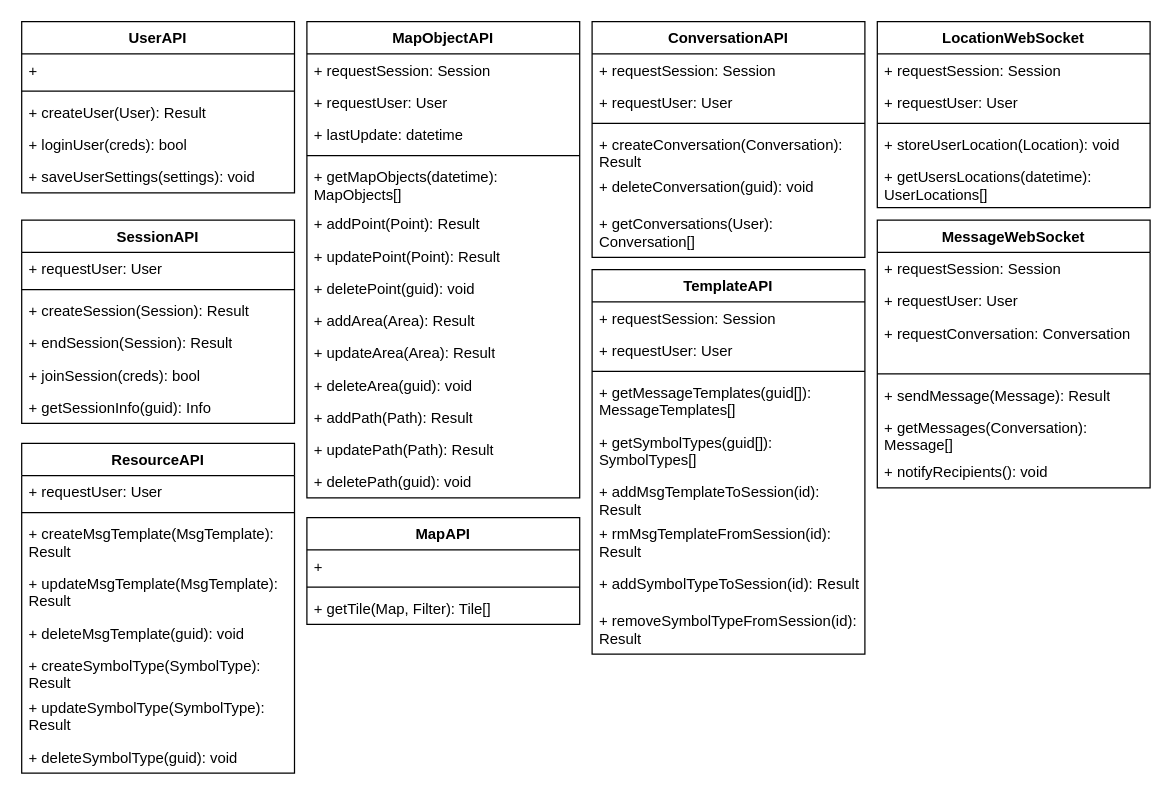
Earlier version of the draw.io diagram doc/design/server_api.drawio (Revarin/dp24-milapp-perina). Source tidied: cells renumbered, new cells numbered last; positions are measured from the earlier drawing's top-left corner, leaving out a move shared by most shapes. Both pictures are drawn from the tidied source at 124%, with x=0, y=0 at pixel (21, 21).
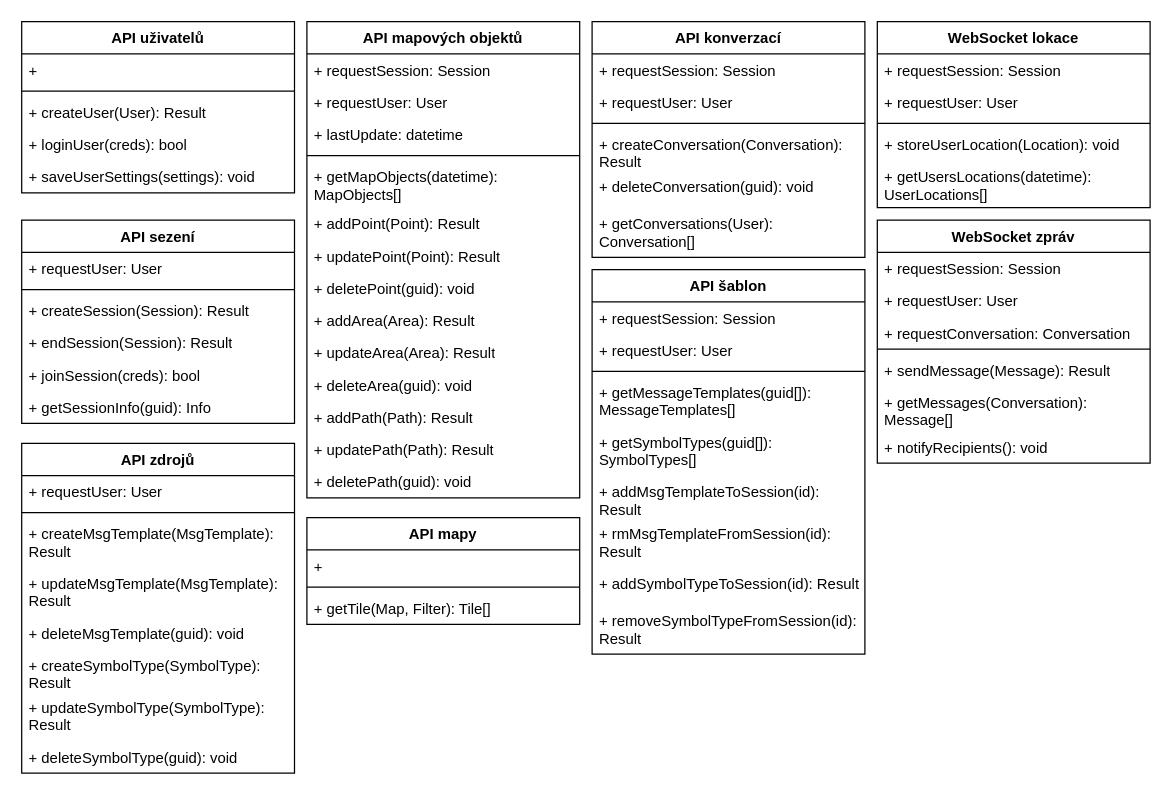
After the change.

The edit, as a diff of the source:
```diff
@@
-    <mxCell id="2" value="SessionAPI" style="swimlane;fontStyle=1;align=center;verticalAlign=top;horizontal=1;startSize=26;whiteSpace=wrap;html=1;" parent="1" vertex="1">
+    <mxCell id="2" value="API sezení" style="swimlane;fontStyle=1;align=center;verticalAlign=top;horizontal=1;startSize=26;whiteSpace=wrap;html=1;" parent="1" vertex="1">
       <mxGeometry y="160" width="220" height="164" as="geometry" />
     </mxCell>
@@
-    <mxCell id="9" value="UserAPI" style="swimlane;fontStyle=1;align=center;verticalAlign=top;horizontal=1;startSize=26;whiteSpace=wrap;html=1;" parent="1" vertex="1">
+    <mxCell id="9" value="API uživatelů" style="swimlane;fontStyle=1;align=center;verticalAlign=top;horizontal=1;startSize=26;whiteSpace=wrap;html=1;" parent="1" vertex="1">
       <mxGeometry width="220" height="138" as="geometry" />
     </mxCell>
@@
-    <mxCell id="15" value="LocationWebSocket" style="swimlane;fontStyle=1;align=center;verticalAlign=top;horizontal=1;startSize=26;whiteSpace=wrap;html=1;" parent="1" vertex="1">
+    <mxCell id="15" value="WebSocket lokace" style="swimlane;fontStyle=1;align=center;verticalAlign=top;horizontal=1;startSize=26;whiteSpace=wrap;html=1;" parent="1" vertex="1">
       <mxGeometry x="690" width="220" height="150" as="geometry" />
     </mxCell>
@@
-    <mxCell id="21" value="MapObjectAPI" style="swimlane;fontStyle=1;align=center;verticalAlign=top;horizontal=1;startSize=26;whiteSpace=wrap;html=1;" parent="1" vertex="1">
+    <mxCell id="21" value="API mapových objektů" style="swimlane;fontStyle=1;align=center;verticalAlign=top;horizontal=1;startSize=26;whiteSpace=wrap;html=1;" parent="1" vertex="1">
       <mxGeometry x="230" width="220" height="384" as="geometry" />
     </mxCell>
@@
-    <mxCell id="36" value="ConversationAPI" style="swimlane;fontStyle=1;align=center;verticalAlign=top;horizontal=1;startSize=26;whiteSpace=wrap;html=1;" parent="1" vertex="1">
+    <mxCell id="36" value="API konverzací" style="swimlane;fontStyle=1;align=center;verticalAlign=top;horizontal=1;startSize=26;whiteSpace=wrap;html=1;" parent="1" vertex="1">
       <mxGeometry x="460" width="220" height="190" as="geometry" />
     </mxCell>
@@
-    <mxCell id="43" value="MessageWebSocket" style="swimlane;fontStyle=1;align=center;verticalAlign=top;horizontal=1;startSize=26;whiteSpace=wrap;html=1;" parent="1" vertex="1">
-      <mxGeometry x="690" y="160" width="220" height="216" as="geometry" />
+    <mxCell id="43" value="WebSocket zpráv" style="swimlane;fontStyle=1;align=center;verticalAlign=top;horizontal=1;startSize=26;whiteSpace=wrap;html=1;" parent="1" vertex="1">
+      <mxGeometry x="690" y="160" width="220" height="196" as="geometry" />
     </mxCell>
@@
     <mxCell id="46" value="+ requestConversation: Conversation" style="text;strokeColor=none;fillColor=none;align=left;verticalAlign=top;spacingLeft=4;spacingRight=4;overflow=hidden;whiteSpace=wrap;html=1;" parent="43" vertex="1">
-      <mxGeometry y="78" width="220" height="42" as="geometry" />
+      <mxGeometry y="78" width="220" height="22" as="geometry" />
     </mxCell>
     <mxCell id="47" style="line;strokeWidth=1;fillColor=none;align=left;verticalAlign=middle;spacingTop=-1;spacingLeft=3;spacingRight=3;labelPosition=right;strokeColor=inherit;" parent="43" vertex="1">
-      <mxGeometry y="120" width="220" height="8" as="geometry" />
+      <mxGeometry y="100" width="220" height="8" as="geometry" />
     </mxCell>
     <mxCell id="48" value="+ sendMessage(Message): Result" style="text;strokeColor=none;fillColor=none;align=left;verticalAlign=top;spacingLeft=4;spacingRight=4;overflow=hidden;whiteSpace=wrap;html=1;" parent="43" vertex="1">
-      <mxGeometry y="128" width="220" height="26" as="geometry" />
+      <mxGeometry y="108" width="220" height="26" as="geometry" />
     </mxCell>
     <mxCell id="49" value="+ getMessages(Conversation): Message[]" style="text;strokeColor=none;fillColor=none;align=left;verticalAlign=top;spacingLeft=4;spacingRight=4;overflow=hidden;whiteSpace=wrap;html=1;" parent="43" vertex="1">
-      <mxGeometry y="154" width="220" height="36" as="geometry" />
+      <mxGeometry y="134" width="220" height="36" as="geometry" />
     </mxCell>
     <mxCell id="50" value="+ notifyRecipients(): void" style="text;strokeColor=none;fillColor=none;align=left;verticalAlign=top;spacingLeft=4;spacingRight=4;overflow=hidden;whiteSpace=wrap;html=1;" parent="43" vertex="1">
-      <mxGeometry y="190" width="220" height="26" as="geometry" />
+      <mxGeometry y="170" width="220" height="26" as="geometry" />
     </mxCell>
-    <mxCell id="51" value="MapAPI" style="swimlane;fontStyle=1;align=center;verticalAlign=top;horizontal=1;startSize=26;whiteSpace=wrap;html=1;" parent="1" vertex="1">
+    <mxCell id="51" value="API mapy" style="swimlane;fontStyle=1;align=center;verticalAlign=top;horizontal=1;startSize=26;whiteSpace=wrap;html=1;" parent="1" vertex="1">
       <mxGeometry x="230" y="400" width="220" height="86" as="geometry" />
     </mxCell>
@@
-    <mxCell id="55" value="TemplateAPI" style="swimlane;fontStyle=1;align=center;verticalAlign=top;horizontal=1;startSize=26;whiteSpace=wrap;html=1;" parent="1" vertex="1">
+    <mxCell id="55" value="API šablon" style="swimlane;fontStyle=1;align=center;verticalAlign=top;horizontal=1;startSize=26;whiteSpace=wrap;html=1;" parent="1" vertex="1">
       <mxGeometry x="460" y="200" width="220" height="310" as="geometry" />
     </mxCell>
@@
-    <mxCell id="65" value="ResourceAPI" style="swimlane;fontStyle=1;align=center;verticalAlign=top;horizontal=1;startSize=26;whiteSpace=wrap;html=1;" parent="1" vertex="1">
+    <mxCell id="65" value="API zdrojů" style="swimlane;fontStyle=1;align=center;verticalAlign=top;horizontal=1;startSize=26;whiteSpace=wrap;html=1;" parent="1" vertex="1">
       <mxGeometry y="340" width="220" height="266" as="geometry" />
     </mxCell>
```
